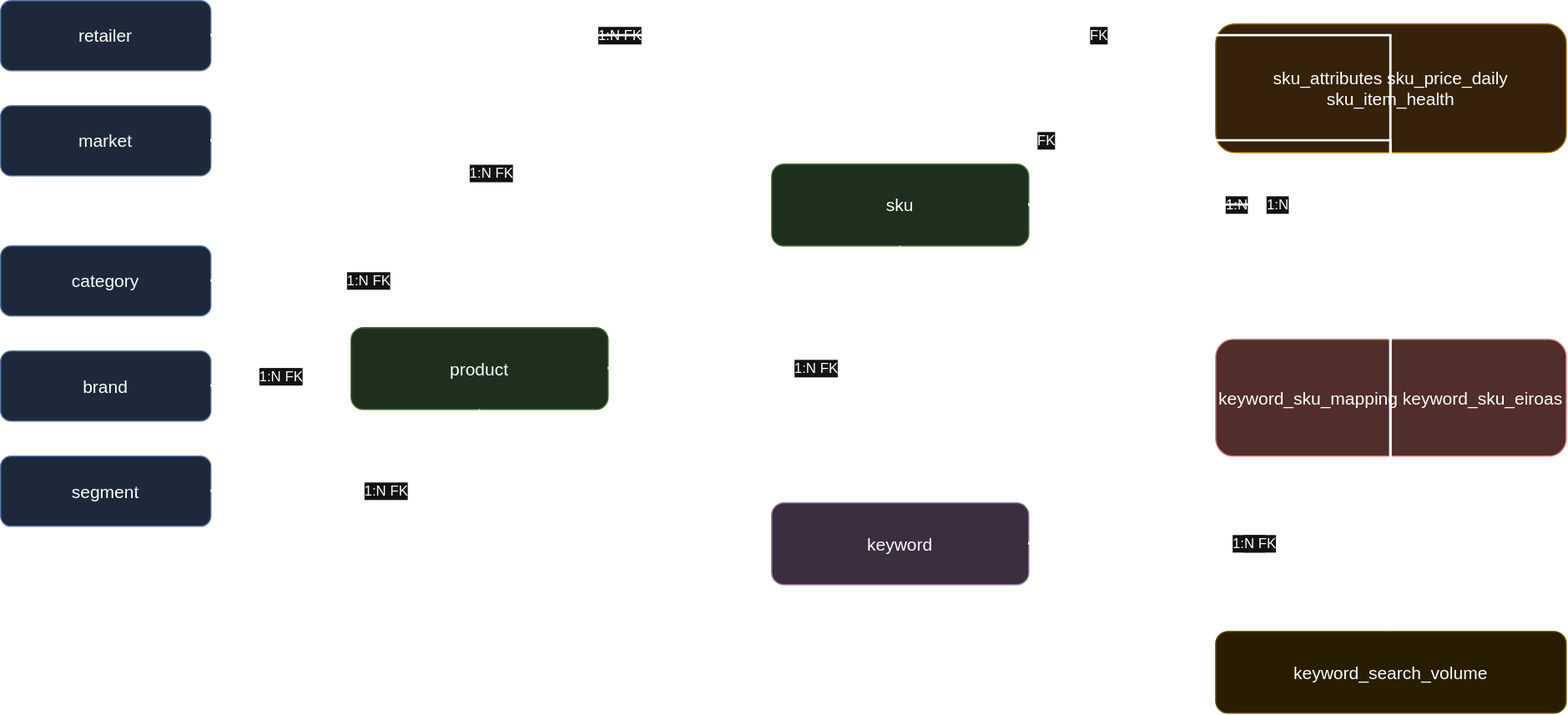
Above: docs/en/market-simulation/product-data-model-er.dark.drawio.svg in Trance-0/MTA-strategy-optimizer (draw.io), before the change. Source tidied: cells renumbered, new cells last; positions are measured from the earlier drawing's top-left corner, leaving out a move shared by most shapes. The source it was exported from:
```xml
<mxGraphModel>
  <root>
    <mxCell id="0" />
    <mxCell id="1" parent="0" />
    <mxCell id="2" value="retailer" style="rounded=1;whiteSpace=wrap;html=1;fillColor=#dae8fc;strokeColor=#6c8ebf;fontSize=15;" parent="1" vertex="1">
      <mxGeometry width="180" height="60" as="geometry" />
    </mxCell>
    <mxCell id="3" value="market" style="rounded=1;whiteSpace=wrap;html=1;fillColor=#dae8fc;strokeColor=#6c8ebf;fontSize=15;" parent="1" vertex="1">
      <mxGeometry y="90" width="180" height="60" as="geometry" />
    </mxCell>
    <mxCell id="4" value="category" style="rounded=1;whiteSpace=wrap;html=1;fillColor=#dae8fc;strokeColor=#6c8ebf;fontSize=15;" parent="1" vertex="1">
      <mxGeometry y="210" width="180" height="60" as="geometry" />
    </mxCell>
    <mxCell id="5" value="brand" style="rounded=1;whiteSpace=wrap;html=1;fillColor=#dae8fc;strokeColor=#6c8ebf;fontSize=15;" parent="1" vertex="1">
      <mxGeometry y="300" width="180" height="60" as="geometry" />
    </mxCell>
    <mxCell id="6" value="segment" style="rounded=1;whiteSpace=wrap;html=1;fillColor=#dae8fc;strokeColor=#6c8ebf;fontSize=15;" parent="1" vertex="1">
      <mxGeometry y="390" width="180" height="60" as="geometry" />
    </mxCell>
    <mxCell id="7" value="product" style="rounded=1;whiteSpace=wrap;html=1;fillColor=#d5e8d4;strokeColor=#82b366;fontSize=15;" parent="1" vertex="1">
      <mxGeometry x="300" y="280" width="220" height="70" as="geometry" />
    </mxCell>
    <mxCell id="8" value="sku" style="rounded=1;whiteSpace=wrap;html=1;fillColor=#d5e8d4;strokeColor=#82b366;fontSize=15;" parent="1" vertex="1">
      <mxGeometry x="660" y="140" width="220" height="70" as="geometry" />
    </mxCell>
    <mxCell id="9" value="keyword" style="rounded=1;whiteSpace=wrap;html=1;fillColor=#e1d5e7;strokeColor=#9673a6;fontSize=15;" parent="1" vertex="1">
      <mxGeometry x="660" y="430" width="220" height="70" as="geometry" />
    </mxCell>
    <mxCell id="10" value="sku_attributes sku_price_daily sku_item_health" style="rounded=1;whiteSpace=wrap;html=1;fillColor=#ffe6cc;strokeColor=#d79b00;fontSize=15;" parent="1" vertex="1">
      <mxGeometry x="1040" y="20" width="300" height="110" as="geometry" />
    </mxCell>
    <mxCell id="11" value="keyword_sku_mapping keyword_sku_eiroas" style="rounded=1;whiteSpace=wrap;html=1;fillColor=#f8cecc;strokeColor=#b85450;fontSize=15;" parent="1" vertex="1">
      <mxGeometry x="1040" y="290" width="300" height="100" as="geometry" />
    </mxCell>
    <mxCell id="12" value="keyword_search_volume" style="rounded=1;whiteSpace=wrap;html=1;fillColor=#fff2cc;strokeColor=#d6b656;fontSize=15;" parent="1" vertex="1">
      <mxGeometry x="1040" y="540" width="300" height="70" as="geometry" />
    </mxCell>
    <mxCell id="13" value="1:N FK" style="edgeStyle=orthogonalEdgeStyle;rounded=0;jettySize=auto;html=1;endArrow=block;endFill=1;strokeWidth=2;fontSize=12;" parent="1" edge="1" source="4" target="7">
      <mxGeometry relative="1" as="geometry" />
    </mxCell>
    <mxCell id="14" value="1:N FK" style="edgeStyle=orthogonalEdgeStyle;rounded=0;jettySize=auto;html=1;endArrow=block;endFill=1;strokeWidth=2;fontSize=12;" parent="1" edge="1" source="5" target="7">
      <mxGeometry relative="1" as="geometry" />
    </mxCell>
    <mxCell id="15" value="1:N FK" style="edgeStyle=orthogonalEdgeStyle;rounded=0;jettySize=auto;html=1;endArrow=block;endFill=1;strokeWidth=2;fontSize=12;" parent="1" edge="1" source="6" target="7">
      <mxGeometry relative="1" as="geometry" />
    </mxCell>
    <mxCell id="16" value="1:N FK" style="edgeStyle=orthogonalEdgeStyle;rounded=0;jettySize=auto;html=1;endArrow=block;endFill=1;strokeWidth=2;fontSize=12;" parent="1" edge="1" source="7" target="8">
      <mxGeometry relative="1" as="geometry" />
    </mxCell>
    <mxCell id="17" value="1:N FK" style="edgeStyle=orthogonalEdgeStyle;rounded=0;jettySize=auto;html=1;endArrow=block;endFill=1;strokeWidth=2;fontSize=12;" parent="1" edge="1" source="2" target="8">
      <mxGeometry relative="1" as="geometry" />
    </mxCell>
    <mxCell id="18" value="1:N FK" style="edgeStyle=orthogonalEdgeStyle;rounded=0;jettySize=auto;html=1;endArrow=block;endFill=1;strokeWidth=2;fontSize=12;" parent="1" edge="1" source="3" target="8">
      <mxGeometry relative="1" as="geometry" />
    </mxCell>
    <mxCell id="19" value="1:N" style="edgeStyle=orthogonalEdgeStyle;rounded=0;jettySize=auto;html=1;endArrow=block;endFill=1;strokeWidth=2;fontSize=12;" parent="1" edge="1" source="8" target="10">
      <mxGeometry relative="1" as="geometry" />
    </mxCell>
    <mxCell id="20" value="1:N" style="edgeStyle=orthogonalEdgeStyle;rounded=0;jettySize=auto;html=1;endArrow=block;endFill=1;strokeWidth=2;fontSize=12;" parent="1" edge="1" source="8" target="11">
      <mxGeometry relative="1" as="geometry" />
    </mxCell>
    <mxCell id="21" value="1:N" style="edgeStyle=orthogonalEdgeStyle;rounded=0;jettySize=auto;html=1;endArrow=block;endFill=1;strokeWidth=2;fontSize=12;" parent="1" edge="1" source="9" target="11">
      <mxGeometry relative="1" as="geometry" />
    </mxCell>
    <mxCell id="22" value="1:N FK" style="edgeStyle=orthogonalEdgeStyle;rounded=0;jettySize=auto;html=1;endArrow=block;endFill=1;strokeWidth=2;fontSize=12;" parent="1" edge="1" source="9" target="12">
      <mxGeometry relative="1" as="geometry" />
    </mxCell>
    <mxCell id="23" value="FK" style="edgeStyle=orthogonalEdgeStyle;rounded=0;jettySize=auto;html=1;endArrow=block;endFill=1;strokeWidth=2;fontSize=12;" parent="1" edge="1" source="2" target="12">
      <mxGeometry relative="1" as="geometry" />
    </mxCell>
    <mxCell id="24" value="FK" style="edgeStyle=orthogonalEdgeStyle;rounded=0;jettySize=auto;html=1;endArrow=block;endFill=1;strokeWidth=2;fontSize=12;" parent="1" edge="1" source="3" target="12">
      <mxGeometry relative="1" as="geometry" />
    </mxCell>
  </root>
</mxGraphModel>
```
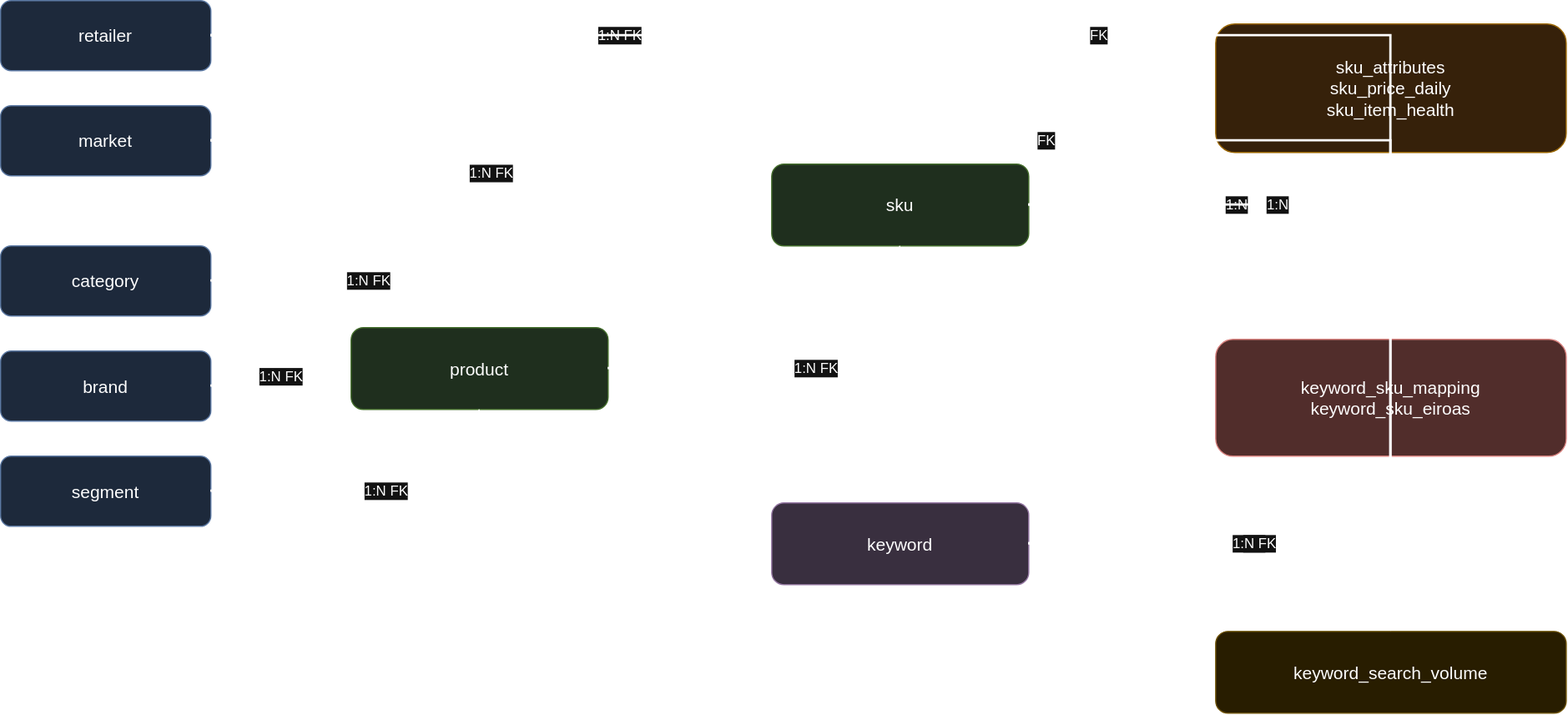
The same file after the commit.

Diff of the diagram source:
```diff
@@ -26,10 +26,10 @@
     <mxCell id="9" value="keyword" style="rounded=1;whiteSpace=wrap;html=1;fillColor=#e1d5e7;strokeColor=#9673a6;fontSize=15;" parent="1" vertex="1">
       <mxGeometry x="660" y="430" width="220" height="70" as="geometry" />
     </mxCell>
-    <mxCell id="10" value="sku_attributes sku_price_daily sku_item_health" style="rounded=1;whiteSpace=wrap;html=1;fillColor=#ffe6cc;strokeColor=#d79b00;fontSize=15;" parent="1" vertex="1">
+    <mxCell id="10" value="sku_attributes&lt;br&gt;sku_price_daily&lt;br&gt;sku_item_health" style="rounded=1;whiteSpace=wrap;html=1;fillColor=#ffe6cc;strokeColor=#d79b00;fontSize=15;" parent="1" vertex="1">
       <mxGeometry x="1040" y="20" width="300" height="110" as="geometry" />
     </mxCell>
-    <mxCell id="11" value="keyword_sku_mapping keyword_sku_eiroas" style="rounded=1;whiteSpace=wrap;html=1;fillColor=#f8cecc;strokeColor=#b85450;fontSize=15;" parent="1" vertex="1">
+    <mxCell id="11" value="keyword_sku_mapping&lt;br&gt;keyword_sku_eiroas" style="rounded=1;whiteSpace=wrap;html=1;fillColor=#f8cecc;strokeColor=#b85450;fontSize=15;" parent="1" vertex="1">
       <mxGeometry x="1040" y="290" width="300" height="100" as="geometry" />
     </mxCell>
     <mxCell id="12" value="keyword_search_volume" style="rounded=1;whiteSpace=wrap;html=1;fillColor=#fff2cc;strokeColor=#d6b656;fontSize=15;" parent="1" vertex="1">
```
